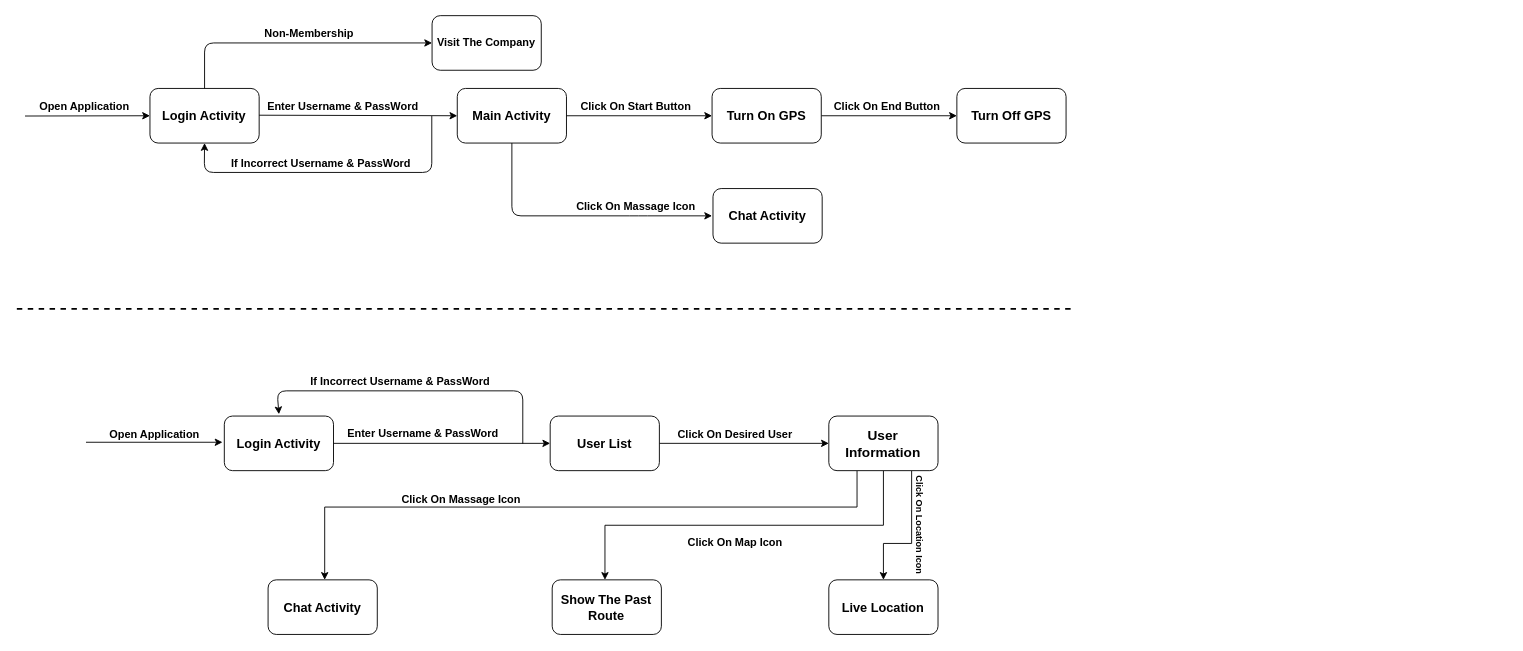
Above: page "one" (1 of 2) of Projects/Tahlil_term3/STD.drawio in geeksesi/my_university (draw.io), before the change. Source tidied: cells renumbered, new cells numbered last; positions are measured from the earlier drawing's top-left corner, leaving out a move shared by most shapes. Both pictures are drawn from the tidied source at 91%, with x=0, y=0 at pixel (16, 15).
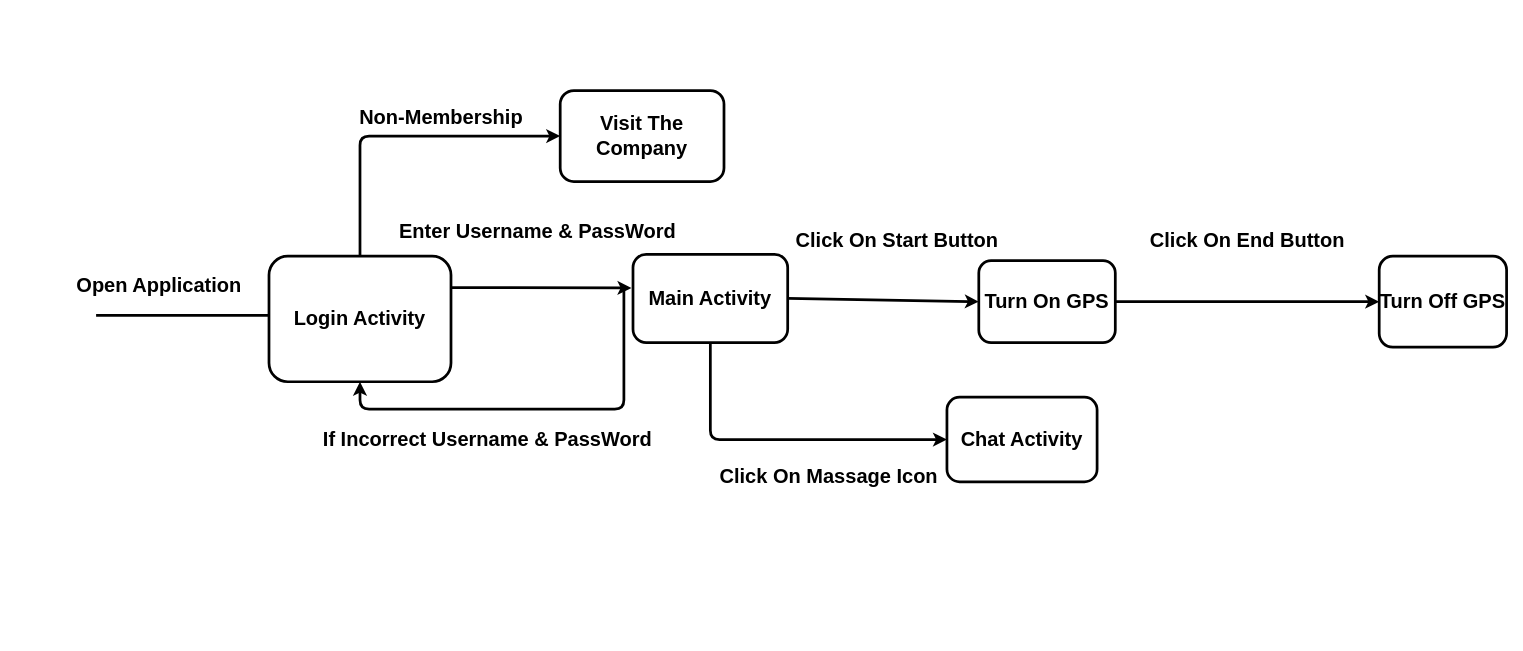
Above is the later version.

Diff of the diagram source:
```diff
@@
-    <mxCell id="2" style="endArrow=classic;html=1;" parent="1" edge="1">
+    <mxCell id="2" style="endArrow=classic;html=1;strokeWidth=3;fontSize=22;" parent="1" edge="1">
       <mxGeometry relative="1" as="geometry">
-        <mxPoint x="9" y="110" as="sourcePoint" />
-        <mxPoint x="146.3" y="109.7" as="targetPoint" />
+        <mxPoint x="87.1" y="329" as="sourcePoint" />
+        <mxPoint x="299.4" y="329" as="targetPoint" />
       </mxGeometry>
     </mxCell>
-    <mxCell id="3" value="Open Application" style="text;html=1;align=center;verticalAlign=middle;fontStyle=1;" parent="1" vertex="1">
-      <mxGeometry x="19" y="89.7" width="110" height="20" as="geometry" />
+    <mxCell id="3" value="Open Application" style="text;html=1;align=center;verticalAlign=middle;fontStyle=1;strokeWidth=3;fontSize=22;" parent="1" vertex="1">
+      <mxGeometry x="56" y="282" width="200" height="30" as="geometry" />
     </mxCell>
-    <mxCell id="4" value="&lt;font style=&quot;font-size: 14px&quot;&gt;&lt;b&gt;Login Activity&lt;/b&gt;&lt;/font&gt;" style="rounded=1;whiteSpace=wrap;html=1;" parent="1" vertex="1">
-      <mxGeometry x="146.3" y="79.7" width="120" height="60" as="geometry" />
+    <mxCell id="4" value="&lt;font style=&quot;font-size: 22px;&quot;&gt;&lt;b style=&quot;font-size: 22px;&quot;&gt;Login Activity&lt;/b&gt;&lt;/font&gt;" style="rounded=1;whiteSpace=wrap;html=1;strokeWidth=3;fontSize=22;" parent="1" vertex="1">
+      <mxGeometry x="277.1" y="264" width="200" height="138" as="geometry" />
     </mxCell>
-    <mxCell id="5" style="endArrow=classic;html=1;entryX=0;entryY=0.5;entryDx=0;entryDy=0;" parent="1" edge="1" target="8">
-      <mxGeometry relative="1" as="geometry">
-        <mxPoint x="266.3" y="109.1" as="sourcePoint" />
-      </mxGeometry>
+    <mxCell id="5" style="endArrow=classic;html=1;entryX=-0.01;entryY=0.381;entryDx=0;entryDy=0;strokeWidth=3;fontSize=22;exitX=1;exitY=0.25;exitDx=0;exitDy=0;entryPerimeter=0;" parent="1" edge="1" source="4" target="8">
+      <mxGeometry relative="1" as="geometry" />
     </mxCell>
-    <mxCell id="6" style="endArrow=classic;html=1;entryX=0;entryY=0.5;entryDx=0;entryDy=0;exitX=0.5;exitY=0;exitDx=0;exitDy=0;" parent="1" edge="1" source="4" target="7">
-      <mxGeometry relative="1" as="geometry">
-        <Array as="points">
-          <mxPoint x="206.3" y="29.7" />
-        </Array>
-      </mxGeometry>
+    <mxCell id="6" style="endArrow=classic;html=1;entryX=0;entryY=0.5;entryDx=0;entryDy=0;exitX=0.5;exitY=0;exitDx=0;exitDy=0;strokeWidth=3;fontSize=22;edgeStyle=orthogonalEdgeStyle;" parent="1" edge="1" source="4" target="7">
+      <mxGeometry relative="1" as="geometry" />
     </mxCell>
-    <mxCell id="7" value="&lt;font style=&quot;font-size: 12px&quot;&gt;&lt;b&gt;Visit The Company&lt;/b&gt;&lt;/font&gt;" style="rounded=1;whiteSpace=wrap;html=1;" parent="1" vertex="1">
-      <mxGeometry x="456.3" y="-0.3" width="120" height="60" as="geometry" />
+    <mxCell id="7" value="&lt;font style=&quot;font-size: 22px;&quot;&gt;&lt;b style=&quot;font-size: 22px;&quot;&gt;Visit The Company&lt;/b&gt;&lt;/font&gt;" style="rounded=1;whiteSpace=wrap;html=1;strokeWidth=3;fontSize=22;" parent="1" vertex="1">
+      <mxGeometry x="597.1" y="82" width="180" height="100" as="geometry" />
     </mxCell>
-    <mxCell id="8" value="&lt;font style=&quot;font-size: 14px&quot;&gt;&lt;b&gt;Main Activity&lt;/b&gt;&lt;/font&gt;" style="rounded=1;whiteSpace=wrap;html=1;" parent="1" vertex="1">
-      <mxGeometry x="484" y="79.7" width="120" height="60" as="geometry" />
+    <mxCell id="8" value="&lt;font style=&quot;font-size: 22px;&quot;&gt;&lt;b style=&quot;font-size: 22px;&quot;&gt;Main Activity&lt;/b&gt;&lt;/font&gt;" style="rounded=1;whiteSpace=wrap;html=1;strokeWidth=3;fontSize=22;" parent="1" vertex="1">
+      <mxGeometry x="677.1" y="262" width="170" height="97" as="geometry" />
     </mxCell>
-    <mxCell id="9" value="&lt;font style=&quot;font-size: 14px&quot;&gt;&lt;b&gt;Chat Activity&lt;/b&gt;&lt;/font&gt;" style="rounded=1;whiteSpace=wrap;html=1;" parent="1" vertex="1">
-      <mxGeometry x="765" y="189.7" width="120" height="60" as="geometry" />
+    <mxCell id="9" value="&lt;font style=&quot;font-size: 22px;&quot;&gt;&lt;b style=&quot;font-size: 22px;&quot;&gt;Chat Activity&lt;/b&gt;&lt;/font&gt;" style="rounded=1;whiteSpace=wrap;html=1;strokeWidth=3;fontSize=22;" parent="1" vertex="1">
+      <mxGeometry x="1022.1" y="419" width="165" height="93" as="geometry" />
     </mxCell>
-    <mxCell id="10" value="Non-Membership" style="text;html=1;align=center;verticalAlign=middle;fontStyle=1;" parent="1" vertex="1">
-      <mxGeometry x="266.3" y="9.7" width="110" height="20" as="geometry" />
+    <mxCell id="10" value="Non-Membership" style="text;html=1;align=center;verticalAlign=middle;fontStyle=1;strokeWidth=3;fontSize=22;" parent="1" vertex="1">
+      <mxGeometry x="366.4" y="97" width="200" height="30" as="geometry" />
     </mxCell>
-    <mxCell id="11" value="Enter Username &amp;amp; PassWord" style="text;html=1;align=center;verticalAlign=middle;fontStyle=1;" parent="1" vertex="1">
-      <mxGeometry x="268.3" y="89.7" width="180" height="20" as="geometry" />
+    <mxCell id="11" value="Enter Username &amp;amp; PassWord" style="text;html=1;align=center;verticalAlign=middle;fontStyle=1;strokeWidth=3;fontSize=22;" parent="1" vertex="1">
+      <mxGeometry x="412.1" y="222" width="320" height="30" as="geometry" />
     </mxCell>
-    <mxCell id="12" style="endArrow=classic;html=1;" parent="1" edge="1">
-      <mxGeometry relative="1" as="geometry">
-        <mxPoint x="604" y="109.7" as="sourcePoint" />
-        <mxPoint x="764" y="109.7" as="targetPoint" />
-      </mxGeometry>
+    <mxCell id="12" style="endArrow=classic;html=1;strokeWidth=3;fontSize=22;entryX=0;entryY=0.5;entryDx=0;entryDy=0;exitX=1;exitY=0.5;exitDx=0;exitDy=0;" parent="1" edge="1" source="8" target="14">
+      <mxGeometry relative="1" as="geometry" />
     </mxCell>
-    <mxCell id="13" style="edgeStyle=orthogonalEdgeStyle;rounded=0;jettySize=auto;html=1;" parent="1" edge="1" source="14" target="15">
+    <mxCell id="13" style="edgeStyle=orthogonalEdgeStyle;rounded=0;jettySize=auto;html=1;strokeWidth=3;fontSize=22;" parent="1" edge="1" source="14" target="15">
       <mxGeometry relative="1" as="geometry" />
     </mxCell>
-    <mxCell id="14" value="&lt;font style=&quot;font-size: 14px&quot;&gt;&lt;b&gt;Turn On GPS&lt;/b&gt;&lt;/font&gt;" style="rounded=1;whiteSpace=wrap;html=1;" parent="1" vertex="1">
-      <mxGeometry x="764" y="79.7" width="120" height="60" as="geometry" />
+    <mxCell id="14" value="&lt;font style=&quot;font-size: 22px;&quot;&gt;&lt;b style=&quot;font-size: 22px;&quot;&gt;Turn On GPS&lt;/b&gt;&lt;/font&gt;" style="rounded=1;whiteSpace=wrap;html=1;strokeWidth=3;fontSize=22;" parent="1" vertex="1">
+      <mxGeometry x="1057.1" y="269" width="150" height="90" as="geometry" />
     </mxCell>
-    <mxCell id="15" value="&lt;font style=&quot;font-size: 14px&quot;&gt;&lt;b&gt;Turn Off GPS&lt;/b&gt;&lt;/font&gt;" style="rounded=1;whiteSpace=wrap;html=1;" parent="1" vertex="1">
-      <mxGeometry x="1033" y="79.7" width="120" height="60" as="geometry" />
+    <mxCell id="15" value="&lt;font style=&quot;font-size: 22px;&quot;&gt;&lt;b style=&quot;font-size: 22px;&quot;&gt;Turn Off GPS&lt;/b&gt;&lt;/font&gt;" style="rounded=1;whiteSpace=wrap;html=1;strokeWidth=3;fontSize=22;" parent="1" vertex="1">
+      <mxGeometry x="1497.1" y="264" width="140" height="100" as="geometry" />
     </mxCell>
-    <mxCell id="16" value="Click On Start Button" style="text;html=1;align=center;verticalAlign=middle;fontStyle=1;" parent="1" vertex="1">
-      <mxGeometry x="615" y="89.7" width="130" height="20" as="geometry" />
+    <mxCell id="16" value="Click On Start Button" style="text;html=1;align=center;verticalAlign=middle;fontStyle=1;strokeWidth=3;fontSize=22;" parent="1" vertex="1">
+      <mxGeometry x="847.1" y="232" width="240" height="30" as="geometry" />
     </mxCell>
-    <mxCell id="17" value="Click On End Button" style="text;html=1;align=center;verticalAlign=middle;fontStyle=1;" parent="1" vertex="1">
-      <mxGeometry x="891" y="89.7" width="130" height="20" as="geometry" />
+    <mxCell id="17" value="Click On End Button" style="text;html=1;align=center;verticalAlign=middle;fontStyle=1;strokeWidth=3;fontSize=22;" parent="1" vertex="1">
+      <mxGeometry x="1237.1" y="232" width="230" height="30" as="geometry" />
     </mxCell>
-    <mxCell id="18" style="endArrow=classic;html=1;exitX=0.5;exitY=1;exitDx=0;exitDy=0;entryX=0;entryY=0.5;entryDx=0;entryDy=0;" parent="1" edge="1" source="8">
-      <mxGeometry relative="1" as="geometry">
-        <mxPoint x="764" y="219.7" as="targetPoint" />
-        <Array as="points">
-          <mxPoint x="544" y="219.7" />
-          <mxPoint x="683" y="219.7" />
-        </Array>
-      </mxGeometry>
+    <mxCell id="18" style="endArrow=classic;html=1;exitX=0.5;exitY=1;exitDx=0;exitDy=0;entryX=0;entryY=0.5;entryDx=0;entryDy=0;strokeWidth=3;fontSize=22;edgeStyle=orthogonalEdgeStyle;" parent="1" edge="1" source="8" target="9">
+      <mxGeometry relative="1" as="geometry" />
     </mxCell>
-    <mxCell id="19" value="Click On Massage Icon" style="text;html=1;align=center;verticalAlign=middle;fontStyle=1;" parent="1" vertex="1">
-      <mxGeometry x="610" y="199.7" width="140" height="20" as="geometry" />
+    <mxCell id="19" value="Click On Massage Icon" style="text;html=1;align=center;verticalAlign=middle;fontStyle=1;strokeWidth=3;fontSize=22;" parent="1" vertex="1">
+      <mxGeometry x="762.1" y="492" width="260" height="30" as="geometry" />
     </mxCell>
-    <mxCell id="20" style="endArrow=none;dashed=1;html=1;fontSize=18;fontStyle=1;strokeWidth=2;" parent="1" edge="1">
-      <mxGeometry relative="1" as="geometry">
-        <mxPoint y="322" as="sourcePoint" />
-        <mxPoint x="1160" y="322" as="targetPoint" />
-      </mxGeometry>
-    </mxCell>
-    <mxCell id="21" value="&lt;font style=&quot;font-size: 14px&quot;&gt;&lt;b&gt;Login Activity&lt;/b&gt;&lt;/font&gt;" style="rounded=1;whiteSpace=wrap;html=1;" parent="1" vertex="1">
-      <mxGeometry x="228" y="439.7" width="120" height="60" as="geometry" />
-    </mxCell>
-    <mxCell id="22" style="endArrow=classic;html=1;entryX=0;entryY=0.5;entryDx=0;entryDy=0;exitX=1;exitY=0.5;exitDx=0;exitDy=0;" parent="1" edge="1" source="21" target="24">
-      <mxGeometry relative="1" as="geometry" />
-    </mxCell>
-    <mxCell id="23" style="edgeStyle=orthogonalEdgeStyle;rounded=0;jettySize=auto;html=1;strokeWidth=1;fontSize=18;" parent="1" edge="1" source="24" target="28">
-      <mxGeometry relative="1" as="geometry" />
-    </mxCell>
-    <mxCell id="24" value="&lt;font style=&quot;font-size: 14px&quot;&gt;&lt;b&gt;User List&lt;/b&gt;&lt;/font&gt;" style="rounded=1;whiteSpace=wrap;html=1;" parent="1" vertex="1">
-      <mxGeometry x="586.1" y="439.7" width="120" height="60" as="geometry" />
-    </mxCell>
-    <mxCell id="25" style="edgeStyle=orthogonalEdgeStyle;rounded=0;jettySize=auto;html=1;strokeWidth=1;fontSize=18;" parent="1" edge="1" source="28" target="31">
-      <mxGeometry relative="1" as="geometry">
-        <Array as="points">
-          <mxPoint x="923.3" y="539.7" />
-          <mxPoint x="338.3" y="539.7" />
-        </Array>
-      </mxGeometry>
-    </mxCell>
-    <mxCell id="26" style="edgeStyle=orthogonalEdgeStyle;rounded=0;jettySize=auto;html=1;strokeWidth=1;fontSize=18;" parent="1" edge="1" source="28" target="30">
-      <mxGeometry relative="1" as="geometry">
-        <Array as="points">
-          <mxPoint x="952.3" y="559.7" />
-          <mxPoint x="646.3" y="559.7" />
-        </Array>
-      </mxGeometry>
-    </mxCell>
-    <mxCell id="27" style="edgeStyle=orthogonalEdgeStyle;rounded=0;jettySize=auto;html=1;strokeWidth=1;fontSize=18;" parent="1" edge="1" source="28" target="29">
-      <mxGeometry relative="1" as="geometry">
-        <Array as="points">
-          <mxPoint x="983.3" y="579.7" />
-          <mxPoint x="952.3" y="579.7" />
-        </Array>
-      </mxGeometry>
-    </mxCell>
-    <mxCell id="28" value="&lt;font style=&quot;font-size: 15px&quot;&gt;&lt;b&gt;User Information&lt;/b&gt;&lt;/font&gt;" style="rounded=1;whiteSpace=wrap;html=1;" parent="1" vertex="1">
-      <mxGeometry x="892.3" y="439.7" width="120" height="60" as="geometry" />
-    </mxCell>
-    <mxCell id="29" value="&lt;font style=&quot;font-size: 14px&quot;&gt;&lt;b&gt;Live Location&lt;/b&gt;&lt;/font&gt;" style="rounded=1;whiteSpace=wrap;html=1;" parent="1" vertex="1">
-      <mxGeometry x="892.3" y="619.7" width="120" height="60" as="geometry" />
-    </mxCell>
-    <mxCell id="30" value="&lt;font style=&quot;font-size: 14px&quot;&gt;&lt;b&gt;Show The Past Route&lt;/b&gt;&lt;/font&gt;" style="rounded=1;whiteSpace=wrap;html=1;" parent="1" vertex="1">
-      <mxGeometry x="588.3" y="619.7" width="120" height="60" as="geometry" />
-    </mxCell>
-    <mxCell id="31" value="&lt;font style=&quot;font-size: 14px&quot;&gt;&lt;b&gt;Chat Activity&lt;/b&gt;&lt;/font&gt;" style="rounded=1;whiteSpace=wrap;html=1;" parent="1" vertex="1">
-      <mxGeometry x="276.1" y="619.7" width="120" height="60" as="geometry" />
-    </mxCell>
-    <mxCell id="32" value="Enter Username &amp;amp; PassWord" style="text;html=1;align=center;verticalAlign=middle;fontStyle=1;" parent="1" vertex="1">
-      <mxGeometry x="356" y="448.7" width="180" height="20" as="geometry" />
-    </mxCell>
-    <mxCell id="33" style="endArrow=classic;html=1;" parent="1" edge="1">
-      <mxGeometry relative="1" as="geometry">
-        <mxPoint x="76" y="468.5" as="sourcePoint" />
-        <mxPoint x="226" y="468.5" as="targetPoint" />
-      </mxGeometry>
-    </mxCell>
-    <mxCell id="34" value="Open Application" style="text;html=1;align=center;verticalAlign=middle;fontStyle=1;" parent="1" vertex="1">
-      <mxGeometry x="96" y="449.7" width="110" height="20" as="geometry" />
-    </mxCell>
-    <mxCell id="35" value="Click On Desired User" style="text;html=1;align=center;verticalAlign=middle;fontStyle=1;" parent="1" vertex="1">
-      <mxGeometry x="719.3" y="449.7" width="140" height="20" as="geometry" />
-    </mxCell>
-    <mxCell id="36" value="Click On Massage Icon" style="text;html=1;align=center;verticalAlign=middle;fontStyle=1;" parent="1" vertex="1">
-      <mxGeometry x="418.1" y="522" width="140" height="20" as="geometry" />
-    </mxCell>
-    <mxCell id="37" value="Click On Map Icon" style="text;html=1;align=center;verticalAlign=middle;fontStyle=1;" parent="1" vertex="1">
-      <mxGeometry x="729.3" y="569" width="120" height="20" as="geometry" />
-    </mxCell>
-    <mxCell id="38" value="&lt;font style=&quot;font-size: 10px&quot;&gt;Click On Location Icon&lt;/font&gt;" style="text;html=1;align=center;verticalAlign=middle;fontStyle=1;direction=east;rotation=90;" parent="1" vertex="1">
-      <mxGeometry x="928" y="549" width="130" height="20" as="geometry" />
-    </mxCell>
-    <mxCell id="39" style="endArrow=classic;html=1;entryX=0.5;entryY=1;entryDx=0;entryDy=0;" parent="1" edge="1" target="4">
+    <mxCell id="39" style="endArrow=classic;html=1;entryX=0.5;entryY=1;entryDx=0;entryDy=0;strokeWidth=3;fontSize=22;edgeStyle=orthogonalEdgeStyle;" parent="1" edge="1" target="4">
       <mxGeometry relative="1" as="geometry">
-        <mxPoint x="456" y="110" as="sourcePoint" />
+        <mxPoint x="667.1" y="302" as="sourcePoint" />
         <Array as="points">
-          <mxPoint x="456" y="172" />
-          <mxPoint x="206" y="172" />
+          <mxPoint x="667.1" y="432" />
+          <mxPoint x="377.1" y="432" />
         </Array>
       </mxGeometry>
     </mxCell>
-    <mxCell id="40" value="If Incorrect Username &amp;amp; PassWord" style="text;html=1;align=center;verticalAlign=middle;fontStyle=1;" parent="1" vertex="1">
-      <mxGeometry x="229" y="152" width="210" height="20" as="geometry" />
+    <mxCell id="40" value="If Incorrect Username &amp;amp; PassWord" style="text;html=1;align=center;verticalAlign=middle;fontStyle=1;strokeWidth=3;fontSize=22;" parent="1" vertex="1">
+      <mxGeometry x="327.1" y="450.5" width="380" height="30" as="geometry" />
     </mxCell>
-    <mxCell id="41" style="endArrow=classic;html=1;entryX=0.5;entryY=0;entryDx=0;entryDy=0;" parent="1" edge="1">
-      <mxGeometry relative="1" as="geometry">
-        <mxPoint x="556" y="470" as="sourcePoint" />
-        <mxPoint x="288" y="437.7" as="targetPoint" />
-        <Array as="points">
-          <mxPoint x="556" y="412" />
-          <mxPoint x="286" y="412" />
-        </Array>
-      </mxGeometry>
-    </mxCell>
-    <mxCell id="42" value="If Incorrect Username &amp;amp; PassWord" style="text;html=1;align=center;verticalAlign=middle;fontStyle=1;" parent="1" vertex="1">
-      <mxGeometry x="316" y="392" width="210" height="20" as="geometry" />
-    </mxCell>
```
